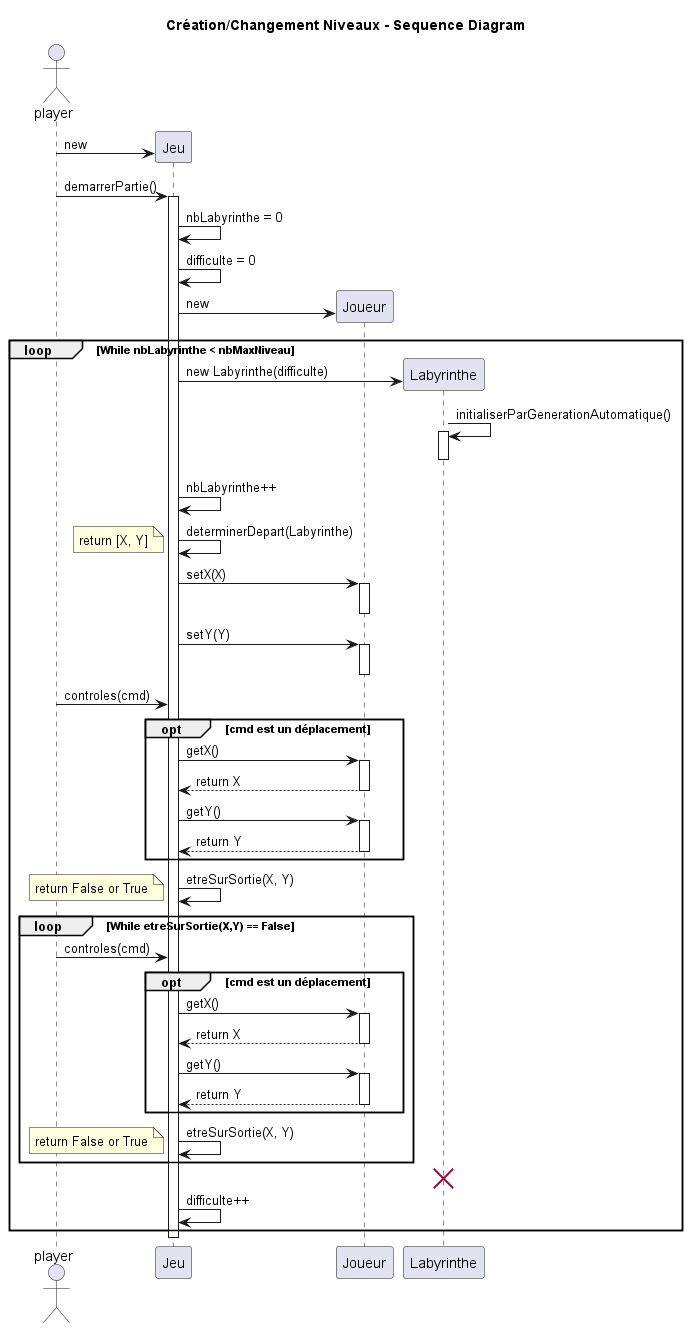
Earlier version of the PlantUML export documents/sprint_1/diagramme_sequence/diagramme_creation_changement_niveau.png (rzepka2u/ACL_daedalus).
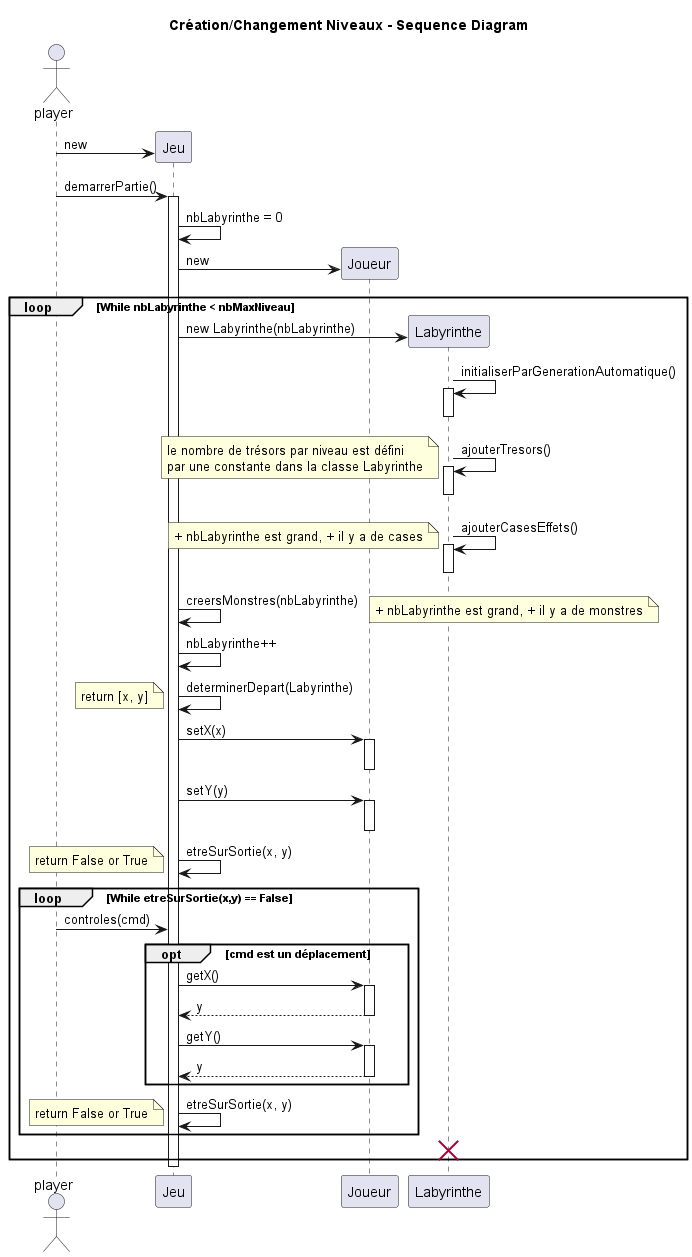
The same file after the commit.

Commit message:
Modification diagramme création et changement niveau (ajout création trésors, cases effets, et monstres).

The edit, as a diff of the source:
```diff
@@ -10,57 +10,53 @@
 activate Jeu
 
 Jeu -> Jeu: nbLabyrinthe = 0
-Jeu -> Jeu: difficulte = 0
 create Joueur
 Jeu -> Joueur: new
 
 loop While nbLabyrinthe < nbMaxNiveau
 
     create Labyrinthe
-    Jeu -> Labyrinthe: new Labyrinthe(difficulte)
+    Jeu -> Labyrinthe: new Labyrinthe(nbLabyrinthe)
     Labyrinthe -> Labyrinthe: initialiserParGenerationAutomatique()
     activate Labyrinthe
     deactivate Labyrinthe
+    Labyrinthe -> Labyrinthe: ajouterTresors()
+    note left: le nombre de trésors par niveau est défini\npar une constante dans la classe Labyrinthe
+    activate Labyrinthe
+    deactivate Labyrinthe
+    Labyrinthe -> Labyrinthe: ajouterCasesEffets()
+    note left: + nbLabyrinthe est grand, + il y a de cases
+    activate Labyrinthe
+    deactivate Labyrinthe
+    Jeu -> Jeu: creersMonstres(nbLabyrinthe)
+    note right: + nbLabyrinthe est grand, + il y a de monstres
     Jeu -> Jeu: nbLabyrinthe++
-
     Jeu -> Jeu: determinerDepart(Labyrinthe)
-    note left: return [X, Y]
-    Jeu -> Joueur: setX(X)
+    note left: return [x, y]
+    Jeu -> Joueur: setX(x)
     activate Joueur
     deactivate Joueur
-    Jeu -> Joueur: setY(Y)
+    Jeu -> Joueur: setY(y)
     activate Joueur
     deactivate Joueur
-    player -> Jeu: controles(cmd)
-    opt cmd est un déplacement
-        Jeu -> Joueur: getX()
-        activate Joueur
-        Jeu <-- Joueur: return X
-        deactivate Joueur
-        Jeu -> Joueur: getY()
-        activate Joueur
-        Jeu <-- Joueur: return Y
-        deactivate Joueur
-    end
-    Jeu -> Jeu: etreSurSortie(X, Y)
+    Jeu -> Jeu: etreSurSortie(x, y)
     note left: return False or True
-    loop While etreSurSortie(X,Y) == False
+    loop While etreSurSortie(x,y) == False
         player -> Jeu: controles(cmd)
         opt cmd est un déplacement
             Jeu -> Joueur: getX()
             activate Joueur
-            Jeu <-- Joueur: return X
+            Jeu <-- Joueur: y
             deactivate Joueur
             Jeu -> Joueur: getY()
             activate Joueur
-            Jeu <-- Joueur: return Y
+            Jeu <-- Joueur: y
             deactivate Joueur
         end
-        Jeu -> Jeu: etreSurSortie(X, Y)
+        Jeu -> Jeu: etreSurSortie(x, y)
         note left: return False or True
     end
     destroy Labyrinthe
-    Jeu -> Jeu: difficulte++
 end
 deactivate Jeu
 
```
